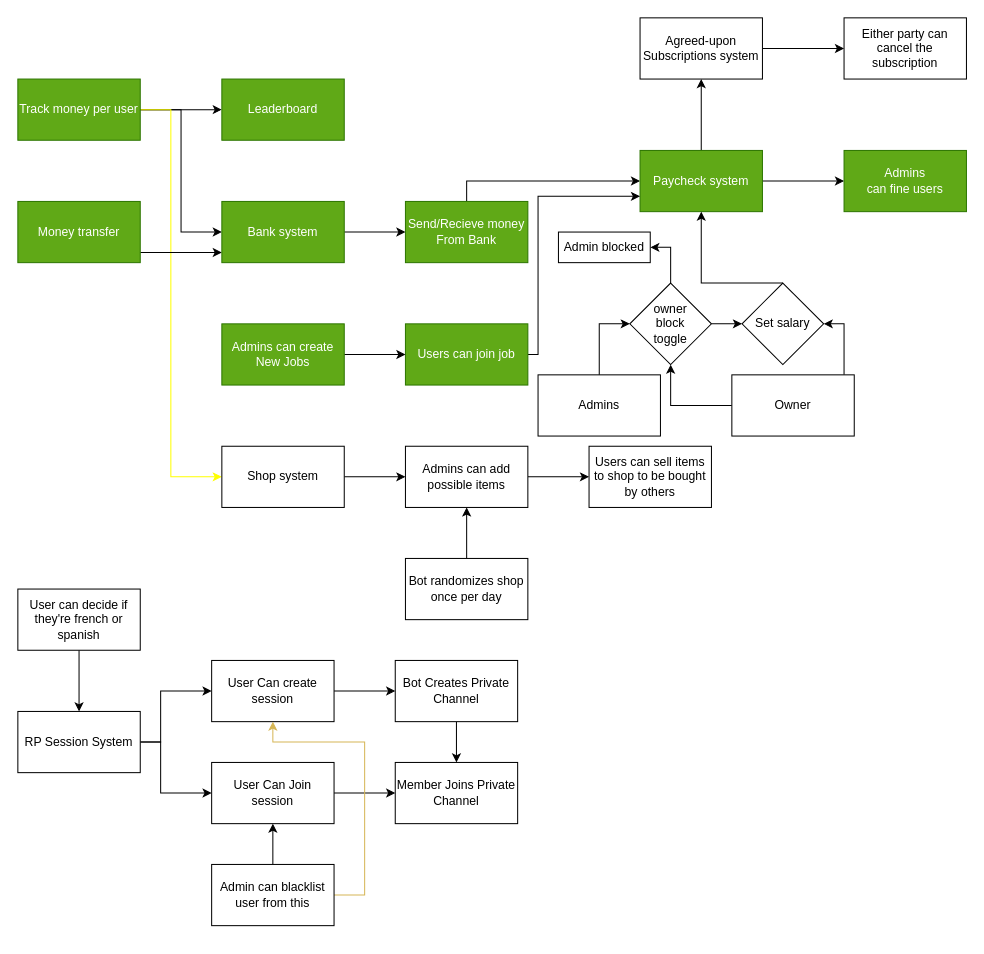
Earlier version of the draw.io diagram documentation/roadmap.drawio (Ames-hub/Metrobot). Source tidied: cells renumbered, new cells numbered last; positions are measured from the earlier drawing's top-left corner, leaving out a move shared by most shapes. Both pictures are drawn from the tidied source at 102%, with x=0, y=0 at pixel (17, 17).
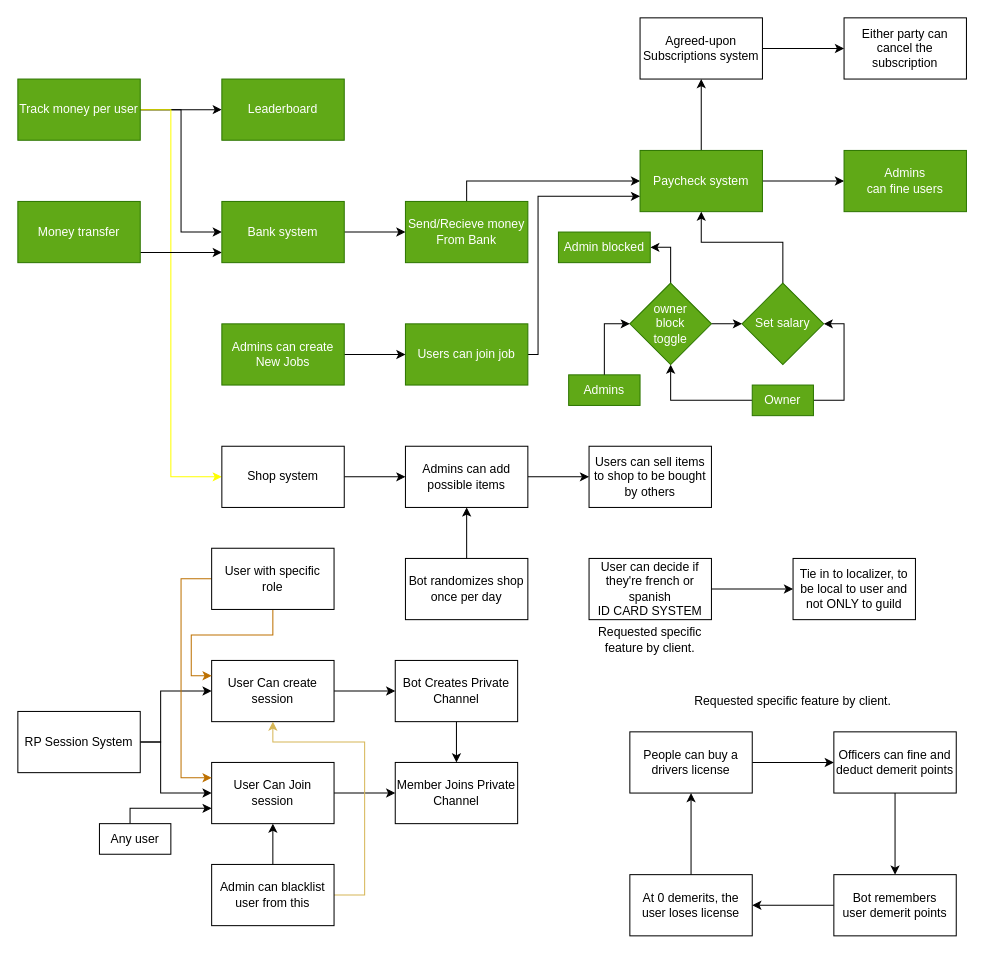
The same diagram, later.

Commit message (it also covers changes not shown here):
Added owner config options

The change refers to these unchanged cells:
```xml
<mxCell id="15" value="Paycheck system" style="rounded=0;whiteSpace=wrap;html=1;fillColor=#60a917;fontColor=#ffffff;strokeColor=#2D7600;" parent="1" vertex="1">
  <mxGeometry x="610" y="130" width="120" height="60" as="geometry" />
</mxCell>
<mxCell id="33" value="RP Session System" style="rounded=0;whiteSpace=wrap;html=1;" parent="1" vertex="1">
  <mxGeometry y="680" width="120" height="60" as="geometry" />
</mxCell>
<mxCell id="35" value="User Can create session" style="rounded=0;whiteSpace=wrap;html=1;" parent="1" vertex="1">
  <mxGeometry x="190" y="630" width="120" height="60" as="geometry" />
</mxCell>
<mxCell id="37" value="User Can Join session" style="rounded=0;whiteSpace=wrap;html=1;" parent="1" vertex="1">
  <mxGeometry x="190" y="730" width="120" height="60" as="geometry" />
</mxCell>
```

Change to the diagram source:
```diff
@@
-    <mxCell id="44" style="edgeStyle=orthogonalEdgeStyle;rounded=0;jettySize=auto;html=1;" parent="1" edge="1" source="45" target="33">
-      <mxGeometry relative="1" as="geometry" />
-    </mxCell>
-    <mxCell id="45" value="User can decide if they're french or spanish" style="rounded=0;whiteSpace=wrap;html=1;" parent="1" vertex="1">
-      <mxGeometry y="560" width="120" height="60" as="geometry" />
-    </mxCell>
@@
-    <mxCell id="48" value="Owner" style="rounded=0;whiteSpace=wrap;html=1;" parent="1" vertex="1">
-      <mxGeometry x="700" y="350" width="120" height="60" as="geometry" />
+    <mxCell id="48" value="Owner" style="rounded=0;whiteSpace=wrap;html=1;fillColor=#60a917;strokeColor=#2D7600;fontColor=#ffffff;" parent="1" vertex="1">
+      <mxGeometry x="720" y="360" width="60" height="30" as="geometry" />
     </mxCell>
-    <mxCell id="49" value="Admins" style="rounded=0;whiteSpace=wrap;html=1;" parent="1" vertex="1">
-      <mxGeometry x="510" y="350" width="120" height="60" as="geometry" />
+    <mxCell id="49" value="Admins" style="rounded=0;whiteSpace=wrap;html=1;fillColor=#60a917;strokeColor=#2D7600;fontColor=#ffffff;" parent="1" vertex="1">
+      <mxGeometry x="540" y="350" width="70" height="30" as="geometry" />
     </mxCell>
     <mxCell id="50" style="edgeStyle=orthogonalEdgeStyle;rounded=0;jettySize=auto;html=1;" parent="1" edge="1" source="51" target="15">
       <mxGeometry relative="1" as="geometry">
         <Array as="points">
-          <mxPoint x="670" y="260" />
-          <mxPoint x="670" y="260" />
+          <mxPoint x="750" y="220" />
+          <mxPoint x="670" y="220" />
         </Array>
       </mxGeometry>
     </mxCell>
-    <mxCell id="51" value="Set salary" style="rhombus;whiteSpace=wrap;html=1;" parent="1" vertex="1">
+    <mxCell id="51" value="Set salary" style="rhombus;whiteSpace=wrap;html=1;fillColor=#60a917;strokeColor=#2D7600;fontColor=#ffffff;" parent="1" vertex="1">
       <mxGeometry x="710" y="260" width="80" height="80" as="geometry" />
     </mxCell>
@@
-    <mxCell id="54" value="owner&lt;div&gt;block&lt;/div&gt;&lt;div&gt;toggle&lt;/div&gt;" style="rhombus;whiteSpace=wrap;html=1;" parent="1" vertex="1">
+    <mxCell id="54" value="owner&lt;div&gt;block&lt;/div&gt;&lt;div&gt;toggle&lt;/div&gt;" style="rhombus;whiteSpace=wrap;html=1;fillColor=#60a917;strokeColor=#2D7600;fontColor=#ffffff;" parent="1" vertex="1">
       <mxGeometry x="600" y="260" width="80" height="80" as="geometry" />
     </mxCell>
@@
-    <mxCell id="56" value="Admin blocked" style="rounded=0;whiteSpace=wrap;html=1;" parent="1" vertex="1">
+    <mxCell id="56" value="Admin blocked" style="rounded=0;whiteSpace=wrap;html=1;fillColor=#60a917;strokeColor=#2D7600;fontColor=#ffffff;" parent="1" vertex="1">
       <mxGeometry x="530" y="210" width="90" height="30" as="geometry" />
     </mxCell>
+    <mxCell id="57" style="edgeStyle=orthogonalEdgeStyle;rounded=0;jettySize=auto;html=1;" parent="1" edge="1" source="58" target="59">
+      <mxGeometry relative="1" as="geometry" />
+    </mxCell>
+    <mxCell id="58" value="User can decide if they're french or spanish&lt;div&gt;ID CARD SYSTEM&lt;/div&gt;" style="rounded=0;whiteSpace=wrap;html=1;" parent="1" vertex="1">
+      <mxGeometry x="560" y="530" width="120" height="60" as="geometry" />
+    </mxCell>
+    <mxCell id="59" value="Tie in to localizer, to be local to user and not ONLY to guild" style="whiteSpace=wrap;html=1;rounded=0;" parent="1" vertex="1">
+      <mxGeometry x="760" y="530" width="120" height="60" as="geometry" />
+    </mxCell>
+    <mxCell id="60" style="edgeStyle=orthogonalEdgeStyle;rounded=0;jettySize=auto;html=1;entryX=0;entryY=0.25;entryDx=0;entryDy=0;fillColor=#f0a30a;strokeColor=#BD7000;" parent="1" edge="1" source="62" target="35">
+      <mxGeometry relative="1" as="geometry" />
+    </mxCell>
+    <mxCell id="61" style="edgeStyle=orthogonalEdgeStyle;rounded=0;jettySize=auto;html=1;entryX=0;entryY=0.25;entryDx=0;entryDy=0;fillColor=#f0a30a;strokeColor=#BD7000;" parent="1" edge="1" source="62" target="37">
+      <mxGeometry relative="1" as="geometry">
+        <Array as="points">
+          <mxPoint x="160" y="550" />
+          <mxPoint x="160" y="745" />
+        </Array>
+      </mxGeometry>
+    </mxCell>
+    <mxCell id="62" value="User with specific&lt;div&gt;role&lt;/div&gt;" style="rounded=0;whiteSpace=wrap;html=1;" parent="1" vertex="1">
+      <mxGeometry x="190" y="520" width="120" height="60" as="geometry" />
+    </mxCell>
+    <mxCell id="63" style="edgeStyle=orthogonalEdgeStyle;rounded=0;jettySize=auto;html=1;" parent="1" edge="1" source="64" target="66">
+      <mxGeometry relative="1" as="geometry" />
+    </mxCell>
+    <mxCell id="64" value="People can buy a drivers license" style="rounded=0;whiteSpace=wrap;html=1;" parent="1" vertex="1">
+      <mxGeometry x="600" y="700" width="120" height="60" as="geometry" />
+    </mxCell>
+    <mxCell id="65" style="edgeStyle=orthogonalEdgeStyle;rounded=0;jettySize=auto;html=1;" parent="1" edge="1" source="66" target="68">
+      <mxGeometry relative="1" as="geometry" />
+    </mxCell>
+    <mxCell id="66" value="Officers can fine and&lt;div&gt;deduct demerit points&lt;/div&gt;" style="whiteSpace=wrap;html=1;rounded=0;" parent="1" vertex="1">
+      <mxGeometry x="800" y="700" width="120" height="60" as="geometry" />
+    </mxCell>
+    <mxCell id="67" style="edgeStyle=orthogonalEdgeStyle;rounded=0;jettySize=auto;html=1;" parent="1" edge="1" source="68" target="70">
+      <mxGeometry relative="1" as="geometry" />
+    </mxCell>
+    <mxCell id="68" value="Bot remembers&lt;div&gt;user demerit points&lt;/div&gt;" style="whiteSpace=wrap;html=1;rounded=0;" parent="1" vertex="1">
+      <mxGeometry x="800" y="840" width="120" height="60" as="geometry" />
+    </mxCell>
+    <mxCell id="69" style="edgeStyle=orthogonalEdgeStyle;rounded=0;jettySize=auto;html=1;" parent="1" edge="1" source="70" target="64">
+      <mxGeometry relative="1" as="geometry" />
+    </mxCell>
+    <mxCell id="70" value="At 0 demerits, the user loses license" style="whiteSpace=wrap;html=1;rounded=0;" parent="1" vertex="1">
+      <mxGeometry x="600" y="840" width="120" height="60" as="geometry" />
+    </mxCell>
+    <mxCell id="71" value="Requested specific feature by client." style="text;html=1;align=center;verticalAlign=middle;whiteSpace=wrap;rounded=0;" parent="1" vertex="1">
+      <mxGeometry x="600" y="650" width="320" height="40" as="geometry" />
+    </mxCell>
+    <mxCell id="72" value="Requested specific feature by client." style="text;html=1;align=center;verticalAlign=middle;whiteSpace=wrap;rounded=0;" parent="1" vertex="1">
+      <mxGeometry x="560" y="590" width="120" height="40" as="geometry" />
+    </mxCell>
+    <mxCell id="73" style="edgeStyle=orthogonalEdgeStyle;rounded=0;jettySize=auto;html=1;entryX=0;entryY=0.75;entryDx=0;entryDy=0;" parent="1" edge="1" source="74" target="37">
+      <mxGeometry relative="1" as="geometry">
+        <Array as="points">
+          <mxPoint x="110" y="775" />
+        </Array>
+      </mxGeometry>
+    </mxCell>
+    <mxCell id="74" value="Any user" style="rounded=0;whiteSpace=wrap;html=1;" parent="1" vertex="1">
+      <mxGeometry x="80" y="790" width="70" height="30" as="geometry" />
+    </mxCell>
```
